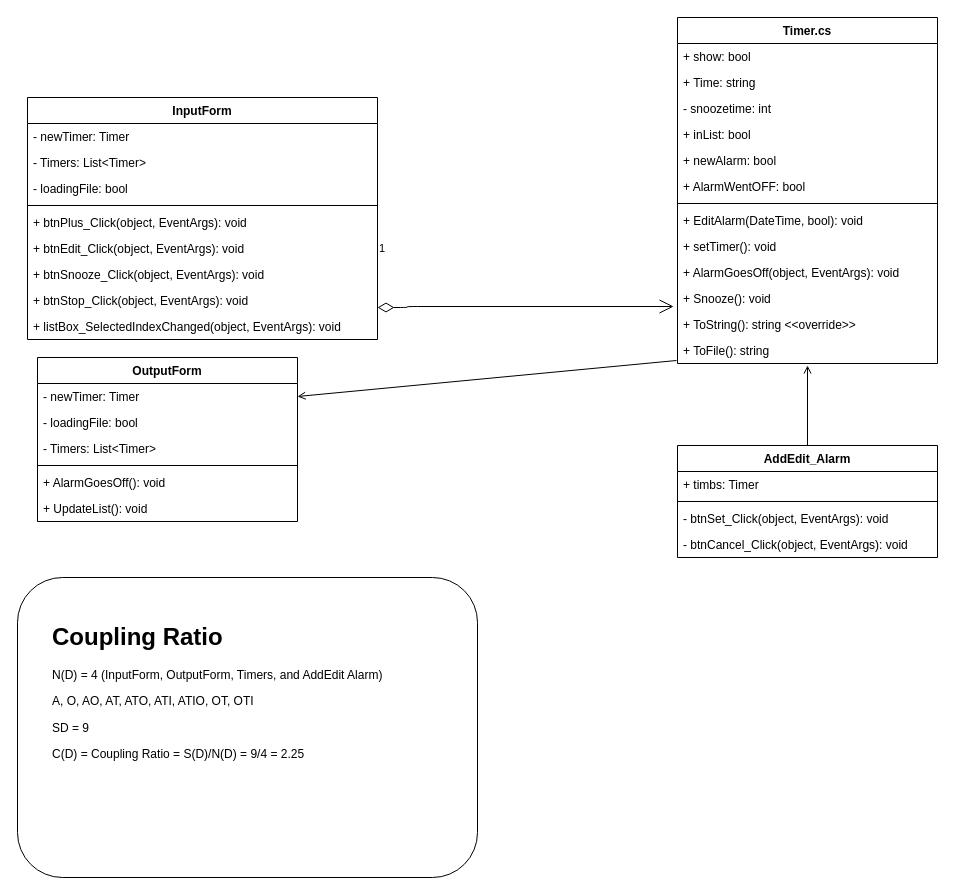
Rosebaugh/CS501 keeps this draw.io diagram as page "Alarm501-CD-P1" (1 of 2) of AlarmClock.drawio. Above is the earlier version. Source tidied: cells renumbered, new cells numbered last; positions are measured from the earlier drawing's top-left corner, leaving out a move shared by most shapes. Both pictures are drawn from the tidied source at 100%, with x=0, y=0 at pixel (17, 17).
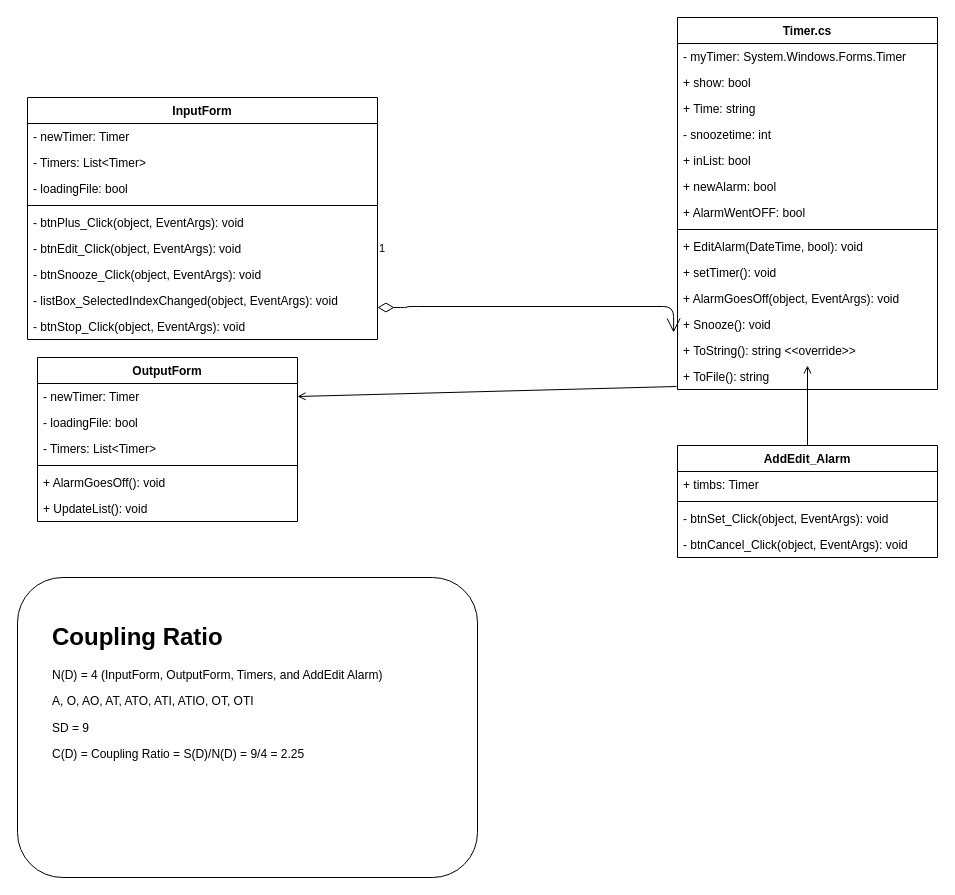
The same page after the edit.

Unchanged cells that the change refers to:
```xml
<mxCell id="4" value="InputForm" style="swimlane;fontStyle=1;align=center;verticalAlign=top;horizontal=1;startSize=26;" parent="1" vertex="1">
  <mxGeometry x="10" y="80" width="350" height="242" as="geometry" />
</mxCell>
```

The edit, as a diff of the source:
```diff
@@
-    <mxCell id="9" value="+ btnPlus_Click(object, EventArgs): void" style="text;strokeColor=none;fillColor=none;align=left;verticalAlign=top;spacingLeft=4;spacingRight=4;overflow=hidden;" parent="4" vertex="1">
-      <mxGeometry y="112" width="350" height="26" as="geometry" />
-    </mxCell>
-    <mxCell id="10" value="+ btnEdit_Click(object, EventArgs): void" style="text;strokeColor=none;fillColor=none;align=left;verticalAlign=top;spacingLeft=4;spacingRight=4;overflow=hidden;" parent="4" vertex="1">
-      <mxGeometry y="138" width="350" height="26" as="geometry" />
-    </mxCell>
-    <mxCell id="11" value="+ btnSnooze_Click(object, EventArgs): void" style="text;strokeColor=none;fillColor=none;align=left;verticalAlign=top;spacingLeft=4;spacingRight=4;overflow=hidden;" parent="4" vertex="1">
-      <mxGeometry y="164" width="350" height="26" as="geometry" />
-    </mxCell>
-    <mxCell id="12" value="+ btnStop_Click(object, EventArgs): void" style="text;strokeColor=none;fillColor=none;align=left;verticalAlign=top;spacingLeft=4;spacingRight=4;overflow=hidden;" parent="4" vertex="1">
-      <mxGeometry y="190" width="350" height="26" as="geometry" />
-    </mxCell>
-    <mxCell id="13" value="+ listBox_SelectedIndexChanged(object, EventArgs): void" style="text;strokeColor=none;fillColor=none;align=left;verticalAlign=top;spacingLeft=4;spacingRight=4;overflow=hidden;" parent="4" vertex="1">
-      <mxGeometry y="216" width="350" height="26" as="geometry" />
-    </mxCell>
+    <mxCell id="43" value="- btnPlus_Click(object, EventArgs): void" style="text;strokeColor=none;fillColor=none;align=left;verticalAlign=top;spacingLeft=4;spacingRight=4;overflow=hidden;" parent="4" vertex="1">
+      <mxGeometry y="112" width="350" height="26" as="geometry" />
+    </mxCell>
+    <mxCell id="44" value="- btnEdit_Click(object, EventArgs): void" style="text;strokeColor=none;fillColor=none;align=left;verticalAlign=top;spacingLeft=4;spacingRight=4;overflow=hidden;" parent="4" vertex="1">
+      <mxGeometry y="138" width="350" height="26" as="geometry" />
+    </mxCell>
+    <mxCell id="45" value="- btnSnooze_Click(object, EventArgs): void" style="text;strokeColor=none;fillColor=none;align=left;verticalAlign=top;spacingLeft=4;spacingRight=4;overflow=hidden;" parent="4" vertex="1">
+      <mxGeometry y="164" width="350" height="26" as="geometry" />
+    </mxCell>
+    <mxCell id="46" value="- listBox_SelectedIndexChanged(object, EventArgs): void" style="text;strokeColor=none;fillColor=none;align=left;verticalAlign=top;spacingLeft=4;spacingRight=4;overflow=hidden;" parent="4" vertex="1">
+      <mxGeometry y="190" width="350" height="26" as="geometry" />
+    </mxCell>
+    <mxCell id="47" value="- btnStop_Click(object, EventArgs): void" style="text;strokeColor=none;fillColor=none;align=left;verticalAlign=top;spacingLeft=4;spacingRight=4;overflow=hidden;" parent="4" vertex="1">
+      <mxGeometry y="216" width="350" height="26" as="geometry" />
+    </mxCell>
@@
     <mxCell id="21" value="Timer.cs" style="swimlane;fontStyle=1;align=center;verticalAlign=top;horizontal=1;startSize=26;" parent="1" vertex="1">
-      <mxGeometry x="660" width="260" height="346" as="geometry" />
+      <mxGeometry x="660" width="260" height="372" as="geometry" />
     </mxCell>
+    <mxCell id="48" value="- myTimer: System.Windows.Forms.Timer" style="text;strokeColor=none;fillColor=none;align=left;verticalAlign=top;spacingLeft=4;spacingRight=4;overflow=hidden;" parent="21" vertex="1">
+      <mxGeometry y="26" width="260" height="26" as="geometry" />
+    </mxCell>
     <mxCell id="22" value="+ show: bool" style="text;strokeColor=none;fillColor=none;align=left;verticalAlign=top;spacingLeft=4;spacingRight=4;overflow=hidden;" parent="21" vertex="1">
-      <mxGeometry y="26" width="260" height="26" as="geometry" />
+      <mxGeometry y="52" width="260" height="26" as="geometry" />
     </mxCell>
     <mxCell id="23" value="+ Time: string" style="text;strokeColor=none;fillColor=none;align=left;verticalAlign=top;spacingLeft=4;spacingRight=4;overflow=hidden;" parent="21" vertex="1">
-      <mxGeometry y="52" width="260" height="26" as="geometry" />
+      <mxGeometry y="78" width="260" height="26" as="geometry" />
     </mxCell>
     <mxCell id="24" value="- snoozetime: int" style="text;strokeColor=none;fillColor=none;align=left;verticalAlign=top;spacingLeft=4;spacingRight=4;overflow=hidden;" parent="21" vertex="1">
-      <mxGeometry y="78" width="260" height="26" as="geometry" />
+      <mxGeometry y="104" width="260" height="26" as="geometry" />
     </mxCell>
     <mxCell id="25" value="+ inList: bool" style="text;strokeColor=none;fillColor=none;align=left;verticalAlign=top;spacingLeft=4;spacingRight=4;overflow=hidden;" parent="21" vertex="1">
-      <mxGeometry y="104" width="260" height="26" as="geometry" />
+      <mxGeometry y="130" width="260" height="26" as="geometry" />
     </mxCell>
     <mxCell id="26" value="+ newAlarm: bool" style="text;strokeColor=none;fillColor=none;align=left;verticalAlign=top;spacingLeft=4;spacingRight=4;overflow=hidden;" parent="21" vertex="1">
-      <mxGeometry y="130" width="260" height="26" as="geometry" />
+      <mxGeometry y="156" width="260" height="26" as="geometry" />
     </mxCell>
     <mxCell id="27" value="+ AlarmWentOFF: bool" style="text;strokeColor=none;fillColor=none;align=left;verticalAlign=top;spacingLeft=4;spacingRight=4;overflow=hidden;" parent="21" vertex="1">
-      <mxGeometry y="156" width="260" height="26" as="geometry" />
+      <mxGeometry y="182" width="260" height="26" as="geometry" />
     </mxCell>
     <mxCell id="28" style="line;strokeWidth=1;fillColor=none;align=left;verticalAlign=middle;spacingTop=-1;spacingLeft=3;spacingRight=3;labelPosition=right;" parent="21" vertex="1">
-      <mxGeometry y="182" width="260" height="8" as="geometry" />
+      <mxGeometry y="208" width="260" height="8" as="geometry" />
     </mxCell>
     <mxCell id="29" value="+ EditAlarm(DateTime, bool): void" style="text;strokeColor=none;fillColor=none;align=left;verticalAlign=top;spacingLeft=4;spacingRight=4;overflow=hidden;" parent="21" vertex="1">
-      <mxGeometry y="190" width="260" height="26" as="geometry" />
+      <mxGeometry y="216" width="260" height="26" as="geometry" />
     </mxCell>
     <mxCell id="30" value="+ setTimer(): void" style="text;strokeColor=none;fillColor=none;align=left;verticalAlign=top;spacingLeft=4;spacingRight=4;overflow=hidden;" parent="21" vertex="1">
-      <mxGeometry y="216" width="260" height="26" as="geometry" />
+      <mxGeometry y="242" width="260" height="26" as="geometry" />
     </mxCell>
     <mxCell id="31" value="+ AlarmGoesOff(object, EventArgs): void" style="text;strokeColor=none;fillColor=none;align=left;verticalAlign=top;spacingLeft=4;spacingRight=4;overflow=hidden;" parent="21" vertex="1">
-      <mxGeometry y="242" width="260" height="26" as="geometry" />
+      <mxGeometry y="268" width="260" height="26" as="geometry" />
     </mxCell>
     <mxCell id="32" value="+ Snooze(): void" style="text;strokeColor=none;fillColor=none;align=left;verticalAlign=top;spacingLeft=4;spacingRight=4;overflow=hidden;points=[[0,0.5],[1,0.5]];portConstraint=eastwest;" parent="21" vertex="1">
-      <mxGeometry y="268" width="260" height="26" as="geometry" />
+      <mxGeometry y="294" width="260" height="26" as="geometry" />
     </mxCell>
     <mxCell id="33" value="+ ToString(): string &lt;&lt;override&gt;&gt;" style="text;strokeColor=none;fillColor=none;align=left;verticalAlign=top;spacingLeft=4;spacingRight=4;overflow=hidden;" parent="21" vertex="1">
-      <mxGeometry y="294" width="260" height="26" as="geometry" />
+      <mxGeometry y="320" width="260" height="26" as="geometry" />
     </mxCell>
     <mxCell id="34" value="+ ToFile(): string" style="text;strokeColor=none;fillColor=none;align=left;verticalAlign=top;spacingLeft=4;spacingRight=4;overflow=hidden;points=[[0,0.5],[1,0.5]];portConstraint=eastwest;" parent="21" vertex="1">
-      <mxGeometry y="320" width="260" height="26" as="geometry" />
+      <mxGeometry y="346" width="260" height="26" as="geometry" />
     </mxCell>
```
